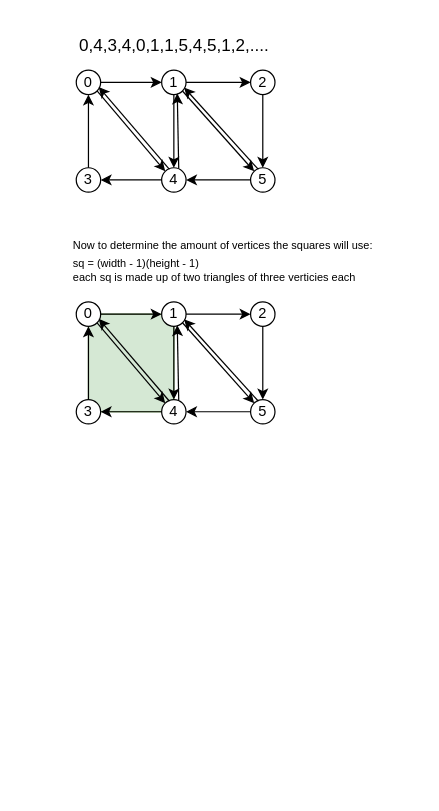
pmenefee/Middlgradon keeps this draw.io diagram as Assets/Scripts/SL_Terrain/Documentation/verticies.drawio. Above is the earlier version. Source tidied: cells renumbered, new cells numbered last; positions are measured from the earlier drawing's top-left corner, leaving out a move shared by most shapes. Both pictures are drawn from the tidied source at 122%, with x=0, y=0 at pixel (76, 21).
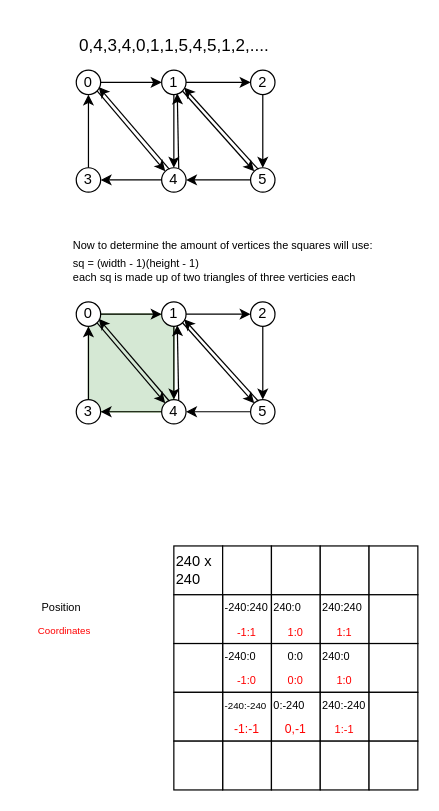
The same page after the edit.

Change to the diagram source:
```diff
@@
+    <mxCell id="41" value="240 x&lt;br&gt;240" style="rounded=0;whiteSpace=wrap;html=1;align=left;" parent="1" vertex="1">
+      <mxGeometry x="80" y="430" width="40" height="40" as="geometry" />
+    </mxCell>
+    <mxCell id="42" style="rounded=0;whiteSpace=wrap;html=1;" parent="1" vertex="1">
+      <mxGeometry x="120" y="430" width="40" height="40" as="geometry" />
+    </mxCell>
+    <mxCell id="43" style="rounded=0;whiteSpace=wrap;html=1;" parent="1" vertex="1">
+      <mxGeometry x="160" y="430" width="40" height="40" as="geometry" />
+    </mxCell>
+    <mxCell id="44" style="rounded=0;whiteSpace=wrap;html=1;" parent="1" vertex="1">
+      <mxGeometry x="200" y="430" width="40" height="40" as="geometry" />
+    </mxCell>
+    <mxCell id="45" style="rounded=0;whiteSpace=wrap;html=1;" parent="1" vertex="1">
+      <mxGeometry x="240" y="430" width="40" height="40" as="geometry" />
+    </mxCell>
+    <mxCell id="46" style="rounded=0;whiteSpace=wrap;html=1;" parent="1" vertex="1">
+      <mxGeometry x="120" y="470" width="40" height="40" as="geometry" />
+    </mxCell>
+    <mxCell id="47" style="rounded=0;whiteSpace=wrap;html=1;" parent="1" vertex="1">
+      <mxGeometry x="160" y="470" width="40" height="40" as="geometry" />
+    </mxCell>
+    <mxCell id="48" style="rounded=0;whiteSpace=wrap;html=1;" parent="1" vertex="1">
+      <mxGeometry x="200" y="470" width="40" height="40" as="geometry" />
+    </mxCell>
+    <mxCell id="49" style="rounded=0;whiteSpace=wrap;html=1;" parent="1" vertex="1">
+      <mxGeometry x="240" y="470" width="40" height="40" as="geometry" />
+    </mxCell>
+    <mxCell id="50" style="rounded=0;whiteSpace=wrap;html=1;" parent="1" vertex="1">
+      <mxGeometry x="80" y="470" width="40" height="40" as="geometry" />
+    </mxCell>
+    <mxCell id="51" style="rounded=0;whiteSpace=wrap;html=1;" parent="1" vertex="1">
+      <mxGeometry x="120" y="510" width="40" height="40" as="geometry" />
+    </mxCell>
+    <mxCell id="52" style="rounded=0;whiteSpace=wrap;html=1;" parent="1" vertex="1">
+      <mxGeometry x="160" y="510" width="40" height="40" as="geometry" />
+    </mxCell>
+    <mxCell id="53" style="rounded=0;whiteSpace=wrap;html=1;" parent="1" vertex="1">
+      <mxGeometry x="200" y="510" width="40" height="40" as="geometry" />
+    </mxCell>
+    <mxCell id="54" style="rounded=0;whiteSpace=wrap;html=1;" parent="1" vertex="1">
+      <mxGeometry x="240" y="510" width="40" height="40" as="geometry" />
+    </mxCell>
+    <mxCell id="55" style="rounded=0;whiteSpace=wrap;html=1;" parent="1" vertex="1">
+      <mxGeometry x="80" y="510" width="40" height="40" as="geometry" />
+    </mxCell>
+    <mxCell id="56" style="rounded=0;whiteSpace=wrap;html=1;" parent="1" vertex="1">
+      <mxGeometry x="120" y="550" width="40" height="40" as="geometry" />
+    </mxCell>
+    <mxCell id="57" style="rounded=0;whiteSpace=wrap;html=1;" parent="1" vertex="1">
+      <mxGeometry x="160" y="550" width="40" height="40" as="geometry" />
+    </mxCell>
+    <mxCell id="58" style="rounded=0;whiteSpace=wrap;html=1;" parent="1" vertex="1">
+      <mxGeometry x="200" y="550" width="40" height="40" as="geometry" />
+    </mxCell>
+    <mxCell id="59" style="rounded=0;whiteSpace=wrap;html=1;" parent="1" vertex="1">
+      <mxGeometry x="240" y="550" width="40" height="40" as="geometry" />
+    </mxCell>
+    <mxCell id="60" style="rounded=0;whiteSpace=wrap;html=1;" parent="1" vertex="1">
+      <mxGeometry x="80" y="550" width="40" height="40" as="geometry" />
+    </mxCell>
+    <mxCell id="61" style="rounded=0;whiteSpace=wrap;html=1;" parent="1" vertex="1">
+      <mxGeometry x="120" y="590" width="40" height="40" as="geometry" />
+    </mxCell>
+    <mxCell id="62" style="rounded=0;whiteSpace=wrap;html=1;" parent="1" vertex="1">
+      <mxGeometry x="160" y="590" width="40" height="40" as="geometry" />
+    </mxCell>
+    <mxCell id="63" style="rounded=0;whiteSpace=wrap;html=1;" parent="1" vertex="1">
+      <mxGeometry x="200" y="590" width="40" height="40" as="geometry" />
+    </mxCell>
+    <mxCell id="64" style="rounded=0;whiteSpace=wrap;html=1;" parent="1" vertex="1">
+      <mxGeometry x="240" y="590" width="40" height="40" as="geometry" />
+    </mxCell>
+    <mxCell id="65" style="rounded=0;whiteSpace=wrap;html=1;" parent="1" vertex="1">
+      <mxGeometry x="80" y="590" width="40" height="40" as="geometry" />
+    </mxCell>
+    <mxCell id="66" value="&lt;font style=&quot;font-size: 9px;&quot;&gt;0:0&lt;/font&gt;" style="text;html=1;strokeColor=none;fillColor=none;align=center;verticalAlign=middle;whiteSpace=wrap;rounded=0;" parent="1" vertex="1">
+      <mxGeometry x="160" y="510" width="40" height="20" as="geometry" />
+    </mxCell>
+    <mxCell id="67" value="&lt;font style=&quot;font-size: 9px;&quot;&gt;-240:0&lt;/font&gt;" style="text;html=1;strokeColor=none;fillColor=none;align=left;verticalAlign=middle;whiteSpace=wrap;rounded=0;" parent="1" vertex="1">
+      <mxGeometry x="120" y="510" width="40" height="20" as="geometry" />
+    </mxCell>
+    <mxCell id="68" value="&lt;font style=&quot;font-size: 8px;&quot;&gt;-240:-240&lt;/font&gt;" style="text;html=1;strokeColor=none;fillColor=none;align=left;verticalAlign=middle;whiteSpace=wrap;rounded=0;" parent="1" vertex="1">
+      <mxGeometry x="120" y="550" width="40" height="20" as="geometry" />
+    </mxCell>
+    <mxCell id="69" value="&lt;font style=&quot;font-size: 9px;&quot;&gt;0:-240&lt;/font&gt;" style="text;html=1;strokeColor=none;fillColor=none;align=left;verticalAlign=middle;whiteSpace=wrap;rounded=0;" parent="1" vertex="1">
+      <mxGeometry x="160" y="550" width="40" height="20" as="geometry" />
+    </mxCell>
+    <mxCell id="70" value="&lt;font style=&quot;font-size: 9px;&quot;&gt;240:-240&lt;/font&gt;" style="text;html=1;strokeColor=none;fillColor=none;align=left;verticalAlign=middle;whiteSpace=wrap;rounded=0;" parent="1" vertex="1">
+      <mxGeometry x="200" y="550" width="40" height="20" as="geometry" />
+    </mxCell>
+    <mxCell id="71" value="&lt;font style=&quot;font-size: 9px;&quot;&gt;-240:240&lt;/font&gt;" style="text;html=1;strokeColor=none;fillColor=none;align=left;verticalAlign=middle;whiteSpace=wrap;rounded=0;" parent="1" vertex="1">
+      <mxGeometry x="120" y="470" width="40" height="20" as="geometry" />
+    </mxCell>
+    <mxCell id="72" value="&lt;font style=&quot;font-size: 9px;&quot;&gt;240:0&lt;/font&gt;" style="text;html=1;strokeColor=none;fillColor=none;align=left;verticalAlign=middle;whiteSpace=wrap;rounded=0;" parent="1" vertex="1">
+      <mxGeometry x="200" y="510" width="40" height="20" as="geometry" />
+    </mxCell>
+    <mxCell id="73" value="&lt;font style=&quot;font-size: 9px;&quot;&gt;240:240&lt;/font&gt;" style="text;html=1;strokeColor=none;fillColor=none;align=left;verticalAlign=middle;whiteSpace=wrap;rounded=0;" parent="1" vertex="1">
+      <mxGeometry x="200" y="470" width="40" height="20" as="geometry" />
+    </mxCell>
+    <mxCell id="74" value="&lt;font style=&quot;font-size: 9px;&quot;&gt;240:0&lt;/font&gt;" style="text;html=1;strokeColor=none;fillColor=none;align=left;verticalAlign=middle;whiteSpace=wrap;rounded=0;" parent="1" vertex="1">
+      <mxGeometry x="160" y="470" width="40" height="20" as="geometry" />
+    </mxCell>
+    <mxCell id="75" value="&lt;font color=&quot;#ff0000&quot; style=&quot;font-size: 9px;&quot;&gt;0:0&lt;/font&gt;" style="text;html=1;strokeColor=none;fillColor=none;align=center;verticalAlign=middle;whiteSpace=wrap;rounded=0;" parent="1" vertex="1">
+      <mxGeometry x="160" y="530" width="40" height="20" as="geometry" />
+    </mxCell>
+    <mxCell id="76" value="&lt;font color=&quot;#ff0000&quot; style=&quot;font-size: 9px;&quot;&gt;1:0&lt;/font&gt;" style="text;html=1;strokeColor=none;fillColor=none;align=center;verticalAlign=middle;whiteSpace=wrap;rounded=0;" parent="1" vertex="1">
+      <mxGeometry x="200" y="530" width="40" height="20" as="geometry" />
+    </mxCell>
+    <mxCell id="77" value="&lt;font color=&quot;#ff0000&quot; style=&quot;font-size: 9px;&quot;&gt;-1:0&lt;/font&gt;" style="text;html=1;strokeColor=none;fillColor=none;align=center;verticalAlign=middle;whiteSpace=wrap;rounded=0;" parent="1" vertex="1">
+      <mxGeometry x="120" y="530" width="40" height="20" as="geometry" />
+    </mxCell>
+    <mxCell id="78" value="&lt;font size=&quot;1&quot; color=&quot;#ff0000&quot;&gt;-1:-1&lt;/font&gt;" style="text;html=1;strokeColor=none;fillColor=none;align=center;verticalAlign=middle;whiteSpace=wrap;rounded=0;" parent="1" vertex="1">
+      <mxGeometry x="120" y="570" width="40" height="20" as="geometry" />
+    </mxCell>
+    <mxCell id="79" value="&lt;font size=&quot;1&quot; color=&quot;#ff0000&quot;&gt;0,-1&lt;/font&gt;" style="text;html=1;strokeColor=none;fillColor=none;align=center;verticalAlign=middle;whiteSpace=wrap;rounded=0;" parent="1" vertex="1">
+      <mxGeometry x="160" y="570" width="40" height="20" as="geometry" />
+    </mxCell>
+    <mxCell id="80" value="&lt;font color=&quot;#ff0000&quot; style=&quot;font-size: 9px;&quot;&gt;1:-1&lt;/font&gt;" style="text;html=1;strokeColor=none;fillColor=none;align=center;verticalAlign=middle;whiteSpace=wrap;rounded=0;" parent="1" vertex="1">
+      <mxGeometry x="200" y="570" width="40" height="20" as="geometry" />
+    </mxCell>
+    <mxCell id="81" value="&lt;font color=&quot;#ff0000&quot; style=&quot;font-size: 9px;&quot;&gt;-1:1&lt;/font&gt;" style="text;html=1;strokeColor=none;fillColor=none;align=center;verticalAlign=middle;whiteSpace=wrap;rounded=0;" parent="1" vertex="1">
+      <mxGeometry x="120" y="490" width="40" height="20" as="geometry" />
+    </mxCell>
+    <mxCell id="82" value="&lt;font color=&quot;#ff0000&quot; style=&quot;font-size: 9px;&quot;&gt;1:0&lt;/font&gt;" style="text;html=1;strokeColor=none;fillColor=none;align=center;verticalAlign=middle;whiteSpace=wrap;rounded=0;" parent="1" vertex="1">
+      <mxGeometry x="160" y="490" width="40" height="20" as="geometry" />
+    </mxCell>
+    <mxCell id="83" value="&lt;font color=&quot;#ff0000&quot; style=&quot;font-size: 9px;&quot;&gt;1:1&lt;/font&gt;" style="text;html=1;strokeColor=none;fillColor=none;align=center;verticalAlign=middle;whiteSpace=wrap;rounded=0;" parent="1" vertex="1">
+      <mxGeometry x="200" y="490" width="40" height="20" as="geometry" />
+    </mxCell>
+    <mxCell id="84" value="Coordinates" style="text;html=1;align=center;verticalAlign=middle;strokeColor=none;fillColor=none;fontSize=8;fontColor=#FF0000;" parent="1" vertex="1">
+      <mxGeometry x="-45" y="490" width="70" height="20" as="geometry" />
+    </mxCell>
+    <mxCell id="85" value="&lt;font style=&quot;font-size: 9px;&quot;&gt;Position&lt;/font&gt;" style="text;html=1;strokeColor=none;fillColor=none;align=left;verticalAlign=middle;whiteSpace=wrap;rounded=0;" parent="1" vertex="1">
+      <mxGeometry x="-30" y="470" width="40" height="20" as="geometry" />
+    </mxCell>
```
